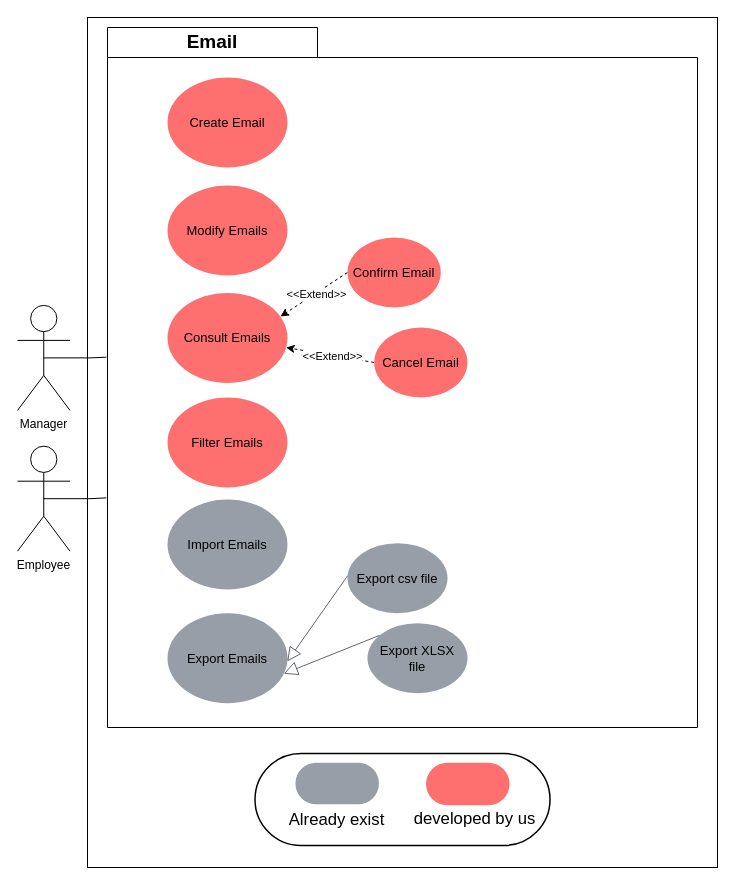
This is Socialmedia.drawio from oarouay/CV, a draw.io file, before an edit. Source tidied: cells renumbered, new cells numbered last; positions are measured from the earlier drawing's top-left corner, leaving out a move shared by most shapes. Both pictures are drawn from the tidied source at 100%, with x=0, y=0 at pixel (17, 17).
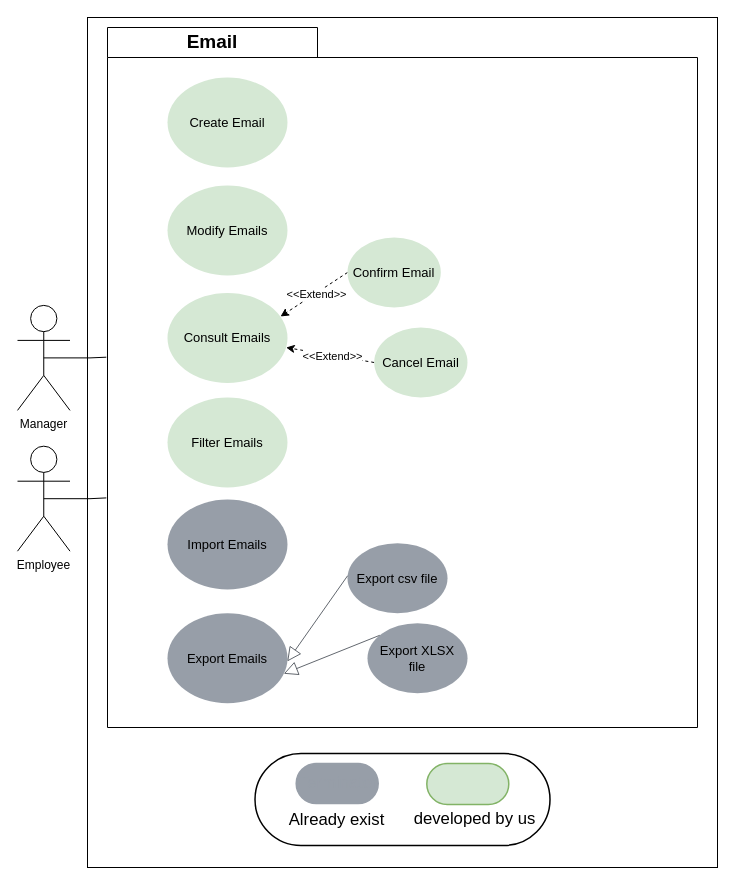
Above is the later version.

Unchanged cells that the change refers to:
```xml
<mxCell id="24" style="group;" parent="1" vertex="1">
  <mxGeometry x="237.5" y="736" width="295" height="92" as="geometry" />
</mxCell>
```

Diff of the diagram source:
```diff
@@
-    <mxCell id="8" value="Modify Emails" style="html=1;overflow=block;blockSpacing=1;whiteSpace=wrap;ellipse;fontSize=13;spacing=3.8;strokeOpacity=0;fillOpacity=100;rounded=1;absoluteArcSize=1;arcSize=9;fillColor=#fe7070;strokeWidth=1.5;lucidId=1yIeQ48BPR4-;" parent="1" vertex="1">
+    <mxCell id="8" value="Modify Emails" style="html=1;overflow=block;blockSpacing=1;whiteSpace=wrap;ellipse;fontSize=13;spacing=3.8;strokeOpacity=0;fillOpacity=100;rounded=1;absoluteArcSize=1;arcSize=9;fillColor=#d5e8d4;strokeWidth=1.5;lucidId=1yIeQ48BPR4-;strokeColor=#82b366;" parent="1" vertex="1">
       <mxGeometry x="150" y="168" width="120" height="90" as="geometry" />
     </mxCell>
-    <mxCell id="9" value="Create Email" style="html=1;overflow=block;blockSpacing=1;whiteSpace=wrap;ellipse;fontSize=13;spacing=3.8;strokeOpacity=0;fillOpacity=100;rounded=1;absoluteArcSize=1;arcSize=9;fillColor=#fe7070;strokeWidth=1.5;lucidId=~xIeha3OeAVz;" parent="1" vertex="1">
+    <mxCell id="9" value="Create Email" style="html=1;overflow=block;blockSpacing=1;whiteSpace=wrap;ellipse;fontSize=13;spacing=3.8;strokeOpacity=0;fillOpacity=100;rounded=1;absoluteArcSize=1;arcSize=9;fillColor=#d5e8d4;strokeWidth=1.5;lucidId=~xIeha3OeAVz;strokeColor=#82b366;" parent="1" vertex="1">
       <mxGeometry x="150" y="60" width="120" height="90" as="geometry" />
     </mxCell>
@@
-    <mxCell id="13" value="Consult Emails" style="html=1;overflow=block;blockSpacing=1;whiteSpace=wrap;ellipse;fontSize=13;spacing=3.8;strokeOpacity=0;fillOpacity=100;rounded=1;absoluteArcSize=1;arcSize=9;fillColor=#fe7070;strokeWidth=1.5;lucidId=1yIeQ48BPR4-;" parent="1" vertex="1">
+    <mxCell id="13" value="Consult Emails" style="html=1;overflow=block;blockSpacing=1;whiteSpace=wrap;ellipse;fontSize=13;spacing=3.8;strokeOpacity=0;fillOpacity=100;rounded=1;absoluteArcSize=1;arcSize=9;fillColor=#d5e8d4;strokeWidth=1.5;lucidId=1yIeQ48BPR4-;strokeColor=#82b366;" parent="1" vertex="1">
       <mxGeometry x="150" y="275.4" width="120" height="90" as="geometry" />
     </mxCell>
@@
-    <mxCell id="17" value="Filter Emails" style="html=1;overflow=block;blockSpacing=1;whiteSpace=wrap;ellipse;fontSize=13;spacing=3.8;strokeOpacity=0;fillOpacity=100;rounded=1;absoluteArcSize=1;arcSize=9;fillColor=#fe7070;strokeWidth=1.5;lucidId=1yIeQ48BPR4-;" parent="1" vertex="1">
+    <mxCell id="17" value="Filter Emails" style="html=1;overflow=block;blockSpacing=1;whiteSpace=wrap;ellipse;fontSize=13;spacing=3.8;strokeOpacity=0;fillOpacity=100;rounded=1;absoluteArcSize=1;arcSize=9;fillColor=#d5e8d4;strokeWidth=1.5;lucidId=1yIeQ48BPR4-;strokeColor=#82b366;" parent="1" vertex="1">
       <mxGeometry x="150" y="380" width="120" height="90" as="geometry" />
     </mxCell>
@@
-    <mxCell id="20" value="Confirm Email" style="html=1;overflow=block;blockSpacing=1;whiteSpace=wrap;ellipse;fontSize=13;spacing=3.8;strokeOpacity=0;fillOpacity=100;rounded=1;absoluteArcSize=1;arcSize=9;fillColor=#fe7070;strokeWidth=1.5;lucidId=1yIeQ48BPR4-;" parent="1" vertex="1">
+    <mxCell id="20" value="Confirm Email" style="html=1;overflow=block;blockSpacing=1;whiteSpace=wrap;ellipse;fontSize=13;spacing=3.8;strokeOpacity=0;fillOpacity=100;rounded=1;absoluteArcSize=1;arcSize=9;fillColor=#d5e8d4;strokeWidth=1.5;lucidId=1yIeQ48BPR4-;strokeColor=#82b366;" parent="1" vertex="1">
       <mxGeometry x="330" y="220" width="93.3" height="70" as="geometry" />
     </mxCell>
@@
-    <mxCell id="23" value="Cancel Email" style="html=1;overflow=block;blockSpacing=1;whiteSpace=wrap;ellipse;fontSize=13;spacing=3.8;strokeOpacity=0;fillOpacity=100;rounded=1;absoluteArcSize=1;arcSize=9;fillColor=#fe7070;strokeWidth=1.5;lucidId=1yIeQ48BPR4-;" parent="1" vertex="1">
+    <mxCell id="23" value="Cancel Email" style="html=1;overflow=block;blockSpacing=1;whiteSpace=wrap;ellipse;fontSize=13;spacing=3.8;strokeOpacity=0;fillOpacity=100;rounded=1;absoluteArcSize=1;arcSize=9;fillColor=#d5e8d4;strokeWidth=1.5;lucidId=1yIeQ48BPR4-;strokeColor=#82b366;" parent="1" vertex="1">
       <mxGeometry x="356.7" y="310" width="93.3" height="70" as="geometry" />
     </mxCell>
@@
-    <mxCell id="27" style="html=1;overflow=block;blockSpacing=1;whiteSpace=wrap;fontSize=16.7;fontColor=default;spacing=3.8;strokeColor=#fe7070;strokeOpacity=100;fillOpacity=100;rounded=1;absoluteArcSize=1;arcSize=82;fillColor=#fe7070;strokeWidth=1.5;lucidId=SHtdkWkZQMI-;" parent="24" vertex="1">
+    <mxCell id="27" style="html=1;overflow=block;blockSpacing=1;whiteSpace=wrap;fontSize=16.7;spacing=3.8;strokeColor=#82b366;strokeOpacity=100;fillOpacity=100;rounded=1;absoluteArcSize=1;arcSize=82;fillColor=#d5e8d4;strokeWidth=1.5;lucidId=SHtdkWkZQMI-;" parent="24" vertex="1">
       <mxGeometry x="171.8" y="10" width="82" height="41" as="geometry" />
     </mxCell>
```
